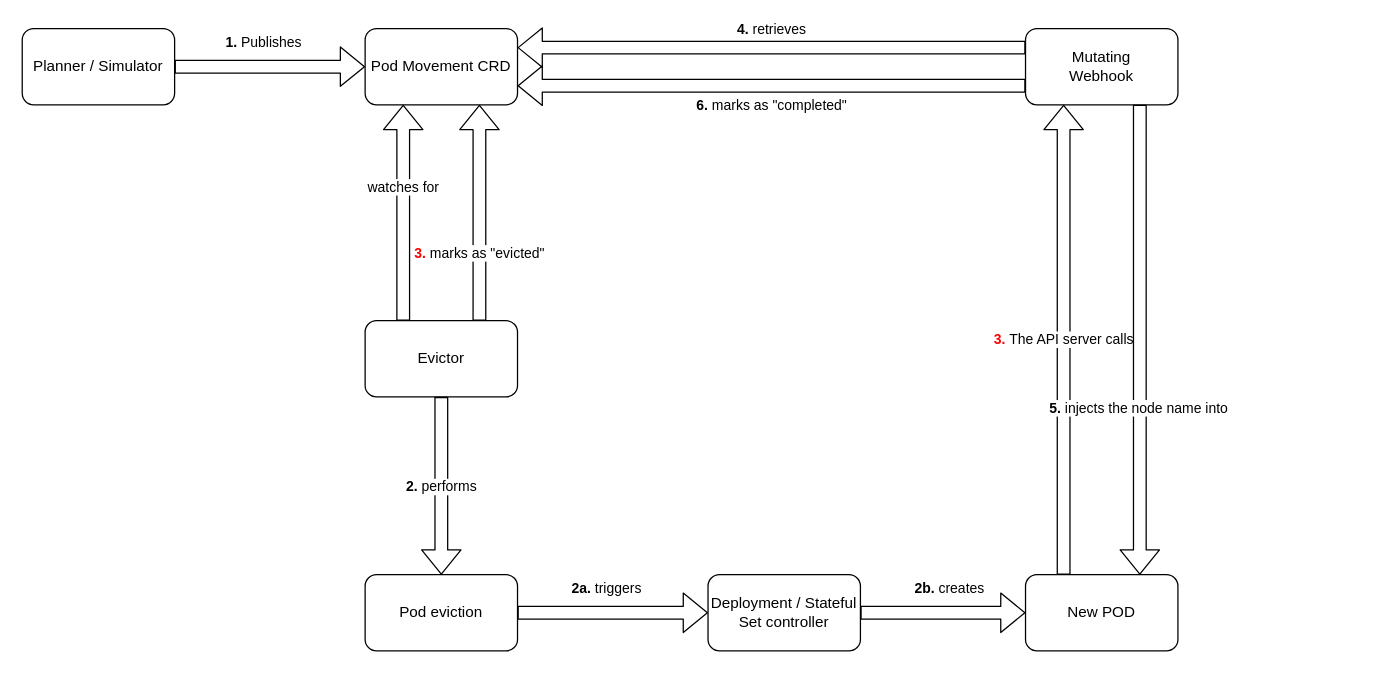
Earlier version of the draw.io diagram notes/tool-architecture.drawio (andreabuon/podtetris). Source tidied: cells renumbered, new cells numbered last; positions are measured from the earlier drawing's top-left corner, leaving out a move shared by most shapes. Both pictures are drawn from the tidied source at 127%, with x=0, y=0 at pixel (22, 28).
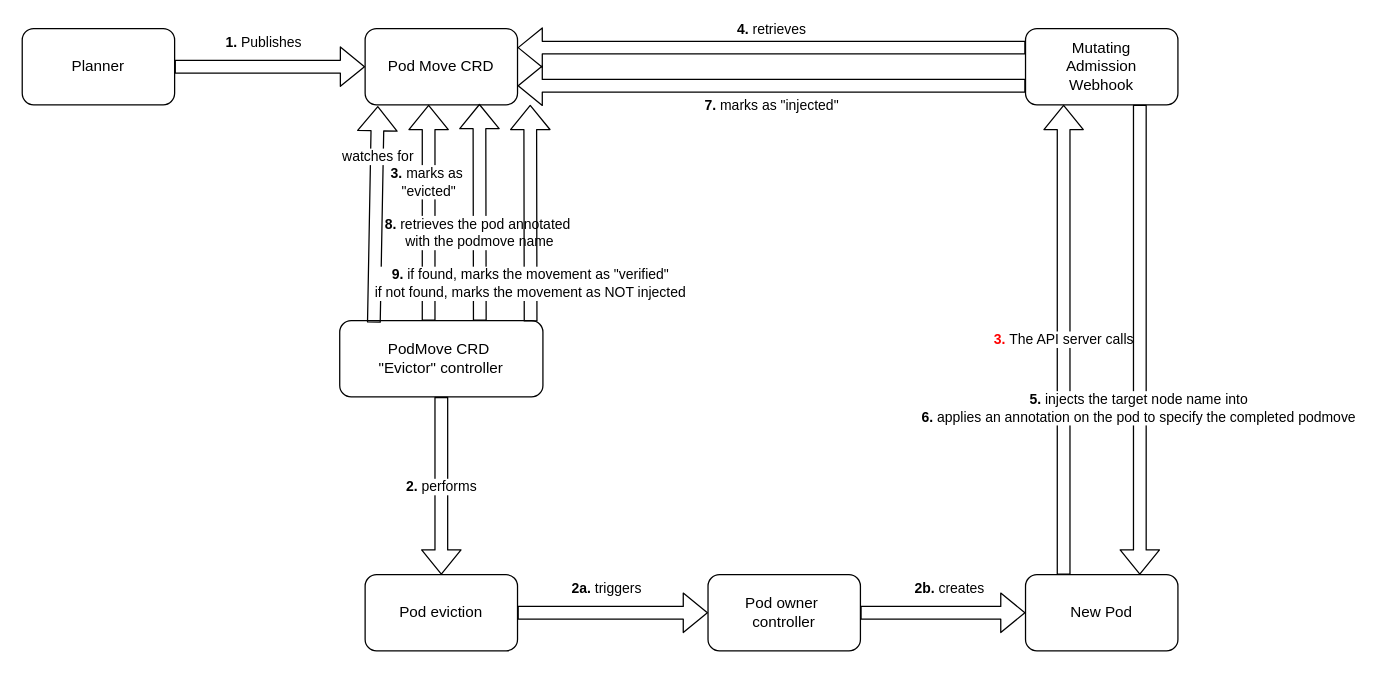
Above is the later version.

Commit message (it also covers changes not shown here):
docs(diagrams): add webhook changes controller check

in tool archictecture diagram

The edit, as a diff of the source:
```diff
@@
-    <mxCell id="3" value="&lt;div&gt;Pod Movement CRD&lt;/div&gt;" style="rounded=1;whiteSpace=wrap;html=1;" parent="1" vertex="1">
+    <mxCell id="3" value="&lt;div&gt;Pod Move&lt;span style=&quot;background-color: transparent; color: light-dark(rgb(0, 0, 0), rgb(255, 255, 255));&quot;&gt;&amp;nbsp;CRD&lt;/span&gt;&lt;/div&gt;" style="rounded=1;whiteSpace=wrap;html=1;" parent="1" vertex="1">
       <mxGeometry x="270" width="120" height="60" as="geometry" />
     </mxCell>
-    <mxCell id="4" value="&lt;div&gt;Evictor&lt;/div&gt;" style="rounded=1;whiteSpace=wrap;html=1;" parent="1" vertex="1">
-      <mxGeometry x="270" y="230" width="120" height="60" as="geometry" />
+    <mxCell id="4" value="&lt;div&gt;PodMove CRD&amp;nbsp;&lt;/div&gt;&lt;div&gt;&lt;span style=&quot;background-color: transparent; color: light-dark(rgb(0, 0, 0), rgb(255, 255, 255));&quot;&gt;&quot;Evictor&quot; controller&lt;/span&gt;&lt;/div&gt;" style="rounded=1;whiteSpace=wrap;html=1;" parent="1" vertex="1">
+      <mxGeometry x="250" y="230" width="160" height="60" as="geometry" />
     </mxCell>
-    <mxCell id="5" value="&lt;div&gt;watches for&lt;/div&gt;" style="shape=flexArrow;endArrow=classic;html=1;rounded=1;entryX=0.25;entryY=1;entryDx=0;entryDy=0;exitX=0.25;exitY=0;exitDx=0;exitDy=0;" parent="1" edge="1" source="4" target="3">
-      <mxGeometry x="0.23" relative="1" as="geometry" />
+    <mxCell id="5" value="&lt;div&gt;watches for&lt;/div&gt;" style="shape=flexArrow;endArrow=classic;html=1;rounded=1;exitX=0.168;exitY=0.026;exitDx=0;exitDy=0;exitPerimeter=0;" parent="1" edge="1" source="4">
+      <mxGeometry x="0.53" y="-1" relative="1" as="geometry">
+        <mxPoint x="280" y="61" as="targetPoint" />
+      </mxGeometry>
     </mxCell>
-    <mxCell id="6" value="Mutating&lt;div&gt;Webhook&lt;/div&gt;" style="rounded=1;whiteSpace=wrap;html=1;" parent="1" vertex="1">
+    <mxCell id="6" value="Mutating&lt;div&gt;Admission&lt;br&gt;&lt;div&gt;Webhook&lt;/div&gt;&lt;/div&gt;" style="rounded=1;whiteSpace=wrap;html=1;" parent="1" vertex="1">
       <mxGeometry x="790" width="120" height="60" as="geometry" />
     </mxCell>
-    <mxCell id="7" value="&lt;div&gt;Planner /&amp;nbsp;Simulator&lt;/div&gt;" style="rounded=1;whiteSpace=wrap;html=1;" parent="1" vertex="1">
+    <mxCell id="7" value="&lt;div&gt;Planner&lt;/div&gt;" style="rounded=1;whiteSpace=wrap;html=1;" parent="1" vertex="1">
       <mxGeometry width="120" height="60" as="geometry" />
     </mxCell>
-    <mxCell id="8" value="New POD" style="rounded=1;whiteSpace=wrap;html=1;" parent="1" vertex="1">
+    <mxCell id="8" value="New Pod" style="rounded=1;whiteSpace=wrap;html=1;" parent="1" vertex="1">
       <mxGeometry x="790" y="430" width="120" height="60" as="geometry" />
     </mxCell>
@@
-    <mxCell id="11" value="&lt;div&gt;&lt;b&gt;5. &lt;/b&gt;injects the node name into&lt;/div&gt;" style="shape=flexArrow;endArrow=classic;html=1;rounded=1;exitX=0.75;exitY=1;exitDx=0;exitDy=0;entryX=0.75;entryY=0;entryDx=0;entryDy=0;" parent="1" edge="1" source="6" target="8">
+    <mxCell id="11" value="&lt;div&gt;&lt;b&gt;5. &lt;/b&gt;injects the target node name into&lt;/div&gt;&lt;div&gt;&lt;b&gt;6. &lt;/b&gt;applies an annotation on the pod to specify the completed podmove&lt;/div&gt;" style="shape=flexArrow;endArrow=classic;html=1;rounded=1;exitX=0.75;exitY=1;exitDx=0;exitDy=0;entryX=0.75;entryY=0;entryDx=0;entryDy=0;" parent="1" edge="1" source="6" target="8">
       <mxGeometry x="0.29" y="-1" relative="1" as="geometry" />
     </mxCell>
@@
-    <mxCell id="13" value="Deployment / Stateful Set controller" style="rounded=1;whiteSpace=wrap;html=1;" parent="1" vertex="1">
+    <mxCell id="13" value="Pod owner&amp;nbsp;&lt;div&gt;controller&lt;/div&gt;" style="rounded=1;whiteSpace=wrap;html=1;" parent="1" vertex="1">
       <mxGeometry x="540" y="430" width="120" height="60" as="geometry" />
     </mxCell>
@@
-    <mxCell id="15" value="&lt;div&gt;&lt;b&gt;6.&lt;/b&gt; marks as &quot;completed&quot;&lt;/div&gt;" style="shape=flexArrow;endArrow=classic;html=1;rounded=1;entryX=1;entryY=0.75;entryDx=0;entryDy=0;exitX=0;exitY=0.75;exitDx=0;exitDy=0;" parent="1" edge="1" source="6" target="3">
+    <mxCell id="15" value="&lt;div&gt;&lt;b&gt;7.&lt;/b&gt; marks as &quot;injected&quot;&lt;/div&gt;" style="shape=flexArrow;endArrow=classic;html=1;rounded=1;entryX=1;entryY=0.75;entryDx=0;entryDy=0;exitX=0;exitY=0.75;exitDx=0;exitDy=0;" parent="1" edge="1" source="6" target="3">
       <mxGeometry y="16" relative="1" as="geometry" />
     </mxCell>
-    <mxCell id="16" value="&lt;b&gt;&lt;span style=&quot;color: rgb(255, 0, 0);&quot;&gt;3.&lt;/span&gt;&lt;/b&gt; marks as &quot;evicted&quot;" style="shape=flexArrow;endArrow=classic;html=1;rounded=1;exitX=0.75;exitY=0;exitDx=0;exitDy=0;entryX=0.75;entryY=1;entryDx=0;entryDy=0;" parent="1" edge="1" source="4" target="3">
-      <mxGeometry x="-0.38" relative="1" as="geometry" />
+    <mxCell id="16" value="&lt;b&gt;&lt;span style=&quot;color: rgb(0, 0, 0);&quot;&gt;3.&lt;/span&gt;&lt;/b&gt; marks as&amp;nbsp;&lt;div&gt;&quot;evicted&quot;&lt;/div&gt;" style="shape=flexArrow;endArrow=classic;html=1;rounded=1;exitX=0.5;exitY=0;exitDx=0;exitDy=0;entryX=0.5;entryY=1;entryDx=0;entryDy=0;" parent="1" edge="1">
+      <mxGeometry x="0.28" relative="1" as="geometry">
+        <mxPoint x="320" y="230" as="sourcePoint" />
+        <mxPoint x="320" y="60" as="targetPoint" />
+      </mxGeometry>
     </mxCell>
@@
+    <mxCell id="19" value="&lt;b style=&quot;color: rgb(0, 0, 0);&quot;&gt;8.&lt;/b&gt;&amp;nbsp;retrieves the pod annotated&amp;nbsp;&lt;div&gt;&lt;span style=&quot;background-color: light-dark(#ffffff, var(--ge-dark-color, #121212)); color: light-dark(rgb(0, 0, 0), rgb(255, 255, 255));&quot;&gt;with the podmove name&lt;/span&gt;&lt;/div&gt;" style="shape=flexArrow;endArrow=classic;html=1;rounded=1;exitX=0.75;exitY=0;exitDx=0;exitDy=0;entryX=0.831;entryY=0.989;entryDx=0;entryDy=0;entryPerimeter=0;" parent="1" edge="1">
+      <mxGeometry x="-0.19" relative="1" as="geometry">
+        <mxPoint x="360.3" y="230" as="sourcePoint" />
+        <mxPoint x="360" y="59.3" as="targetPoint" />
+      </mxGeometry>
+    </mxCell>
+    <mxCell id="20" value="&lt;b style=&quot;color: rgb(0, 0, 0);&quot;&gt;9.&lt;/b&gt;&amp;nbsp;if found, marks the movement as &quot;verified&quot;&lt;div&gt;if not found, marks the movement as NOT injected&lt;/div&gt;" style="shape=flexArrow;endArrow=classic;html=1;rounded=1;exitX=0.75;exitY=0;exitDx=0;exitDy=0;entryX=0.831;entryY=0.989;entryDx=0;entryDy=0;entryPerimeter=0;" parent="1" edge="1">
+      <mxGeometry x="-0.65" relative="1" as="geometry">
+        <mxPoint x="400.3" y="230.7" as="sourcePoint" />
+        <mxPoint x="400" y="60" as="targetPoint" />
+      </mxGeometry>
+    </mxCell>
```
